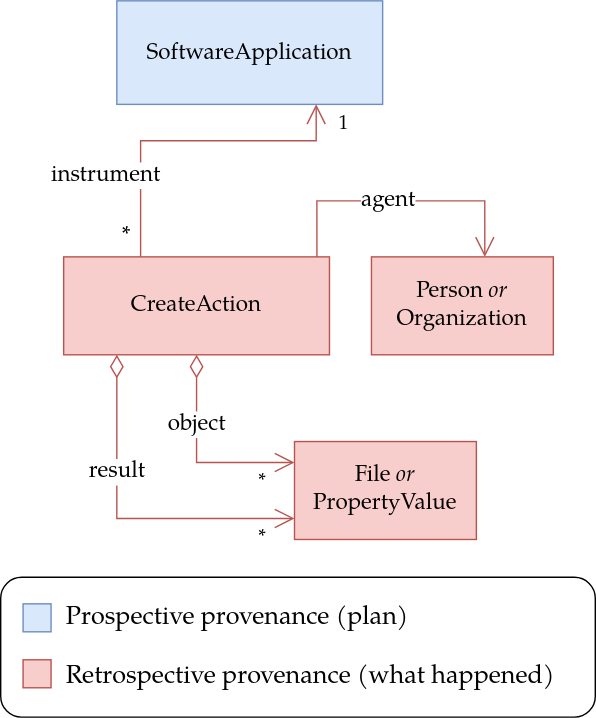
Before: content/2023/phd/workflow-run-crate/wrroc-figure1.drawio.svg, a diagram exported from draw.io (stain/s11.no). Source tidied: cells renumbered, new cells last; positions are measured from the earlier drawing's top-left corner, leaving out a move shared by most shapes. Source of this version:
```xml
<mxGraphModel>
  <root>
    <mxCell id="0" />
    <mxCell id="1" parent="0" />
    <mxCell id="2" value="&lt;div style=&quot;font-size: 16px;&quot;&gt;&lt;font face=&quot;TeX Gyre Pagella&quot;&gt;SoftwareApplication&lt;/font&gt;&lt;/div&gt;" style="rounded=0;whiteSpace=wrap;html=1;fillColor=#dae8fc;strokeColor=#6c8ebf;" parent="1" vertex="1">
      <mxGeometry x="83" width="190" height="74" as="geometry" />
    </mxCell>
    <mxCell id="3" value="&lt;div&gt;&lt;font size=&quot;3&quot; face=&quot;TeX Gyre Pagella&quot;&gt;CreateAction&lt;/font&gt;&lt;/div&gt;" style="rounded=0;whiteSpace=wrap;html=1;fillColor=#f8cecc;strokeColor=#b85450;" parent="1" vertex="1">
      <mxGeometry x="45" y="183" width="190" height="70" as="geometry" />
    </mxCell>
    <mxCell id="4" value="&lt;font size=&quot;3&quot; face=&quot;TeX Gyre Pagella&quot;&gt;Person &lt;i&gt;or&lt;/i&gt; Organization&lt;br&gt;&lt;/font&gt;" style="rounded=0;whiteSpace=wrap;html=1;fillColor=#f8cecc;strokeColor=#b85450;" parent="1" vertex="1">
      <mxGeometry x="265" y="183" width="130" height="70" as="geometry" />
    </mxCell>
    <mxCell id="5" value="&lt;font size=&quot;3&quot; face=&quot;TeX Gyre Pagella&quot;&gt;File &lt;i&gt;or&lt;/i&gt; PropertyValue&lt;br&gt;&lt;/font&gt;" style="rounded=0;whiteSpace=wrap;html=1;fillColor=#f8cecc;strokeColor=#b85450;" parent="1" vertex="1">
      <mxGeometry x="210" y="315" width="130" height="70" as="geometry" />
    </mxCell>
    <mxCell id="6" value="&lt;div&gt;&lt;font size=&quot;3&quot; face=&quot;TeX Gyre Pagella&quot;&gt;instrument&lt;/font&gt;&lt;/div&gt;" style="endArrow=open;html=1;endSize=12;startArrow=none;startSize=14;startFill=0;edgeStyle=orthogonalEdgeStyle;rounded=0;entryX=0.75;entryY=1;entryDx=0;entryDy=0;fillColor=#f8cecc;strokeColor=#b85450;" parent="1" edge="1" source="3" target="2">
      <mxGeometry x="-0.51" y="25" relative="1" as="geometry">
        <Array as="points">
          <mxPoint x="100" y="100" />
          <mxPoint x="226" y="100" />
        </Array>
      </mxGeometry>
    </mxCell>
    <mxCell id="7" value="&lt;font style=&quot;font-size: 16px;&quot; face=&quot;TeX Gyre Pagella&quot;&gt;*&lt;/font&gt;" style="edgeLabel;html=1;align=left;verticalAlign=top;" parent="6" vertex="1">
      <mxGeometry x="-1" relative="1" as="geometry">
        <mxPoint x="-15" y="-30" as="offset" />
      </mxGeometry>
    </mxCell>
    <mxCell id="8" value="1" style="edgeLabel;html=1;align=right;verticalAlign=top;fontFamily=TeX Gyre Pagella;fontSource=https%3A%2F%2Ffonts.googleapis.com%2Fcss%3Ffamily%3DTeX%2BGyre%2BPagella;fontSize=14;" parent="6" vertex="1">
      <mxGeometry x="1" relative="1" as="geometry">
        <mxPoint x="23" as="offset" />
      </mxGeometry>
    </mxCell>
    <mxCell id="9" value="&lt;div&gt;&lt;font size=&quot;3&quot; face=&quot;TeX Gyre Pagella&quot;&gt;object&lt;/font&gt;&lt;/div&gt;" style="endArrow=open;html=1;endSize=12;startArrow=diamondThin;startSize=14;startFill=0;edgeStyle=orthogonalEdgeStyle;rounded=0;fillColor=#f8cecc;strokeColor=#b85450;" parent="1" edge="1" source="3" target="5">
      <mxGeometry x="-0.32" relative="1" as="geometry">
        <Array as="points">
          <mxPoint x="140" y="330" />
        </Array>
      </mxGeometry>
    </mxCell>
    <mxCell id="10" value="*" style="edgeLabel;html=1;align=right;verticalAlign=top;fontFamily=TeX Gyre Pagella;fontSource=https%3A%2F%2Ffonts.googleapis.com%2Fcss%3Ffamily%3DTeX%2BGyre%2BPagella;fontSize=14;" parent="9" vertex="1">
      <mxGeometry x="1" relative="1" as="geometry">
        <mxPoint x="-20" as="offset" />
      </mxGeometry>
    </mxCell>
    <mxCell id="11" value="&lt;div&gt;&lt;font size=&quot;3&quot; face=&quot;TeX Gyre Pagella&quot;&gt;agent&lt;/font&gt;&lt;/div&gt;" style="endArrow=open;html=1;endSize=12;startArrow=none;startSize=14;startFill=0;edgeStyle=orthogonalEdgeStyle;rounded=0;fillColor=#f8cecc;strokeColor=#b85450;" parent="1" edge="1">
      <mxGeometry x="-0.09" relative="1" as="geometry">
        <mxPoint x="226" y="183" as="sourcePoint" />
        <mxPoint x="346" y="183" as="targetPoint" />
        <Array as="points">
          <mxPoint x="226" y="143" />
          <mxPoint x="346" y="143" />
        </Array>
      </mxGeometry>
    </mxCell>
    <mxCell id="12" style="group;" parent="1" vertex="1">
      <mxGeometry y="412" width="425" height="100" as="geometry" />
    </mxCell>
    <mxCell id="13" value="&lt;div style=&quot;font-size: 18px;&quot; align=&quot;left&quot;&gt;&lt;p&gt;&lt;font style=&quot;font-size: 18px;&quot; face=&quot;TeX Gyre Pagella&quot;&gt;&lt;span style=&quot;white-space: pre;&quot;&gt;&#9; &lt;/span&gt; Prospective provenance (plan)&lt;/font&gt;&lt;/p&gt;&lt;/div&gt;&lt;div style=&quot;font-size: 18px;&quot; align=&quot;left&quot;&gt;&lt;p&gt;&lt;font style=&quot;font-size: 18px;&quot; face=&quot;TeX Gyre Pagella&quot;&gt;&lt;span style=&quot;white-space: pre;&quot;&gt;&#9;&lt;/span&gt;&amp;nbsp; Retrospective provenance (what happened)&lt;br&gt;&lt;/font&gt;&lt;/p&gt;&lt;/div&gt;" style="rounded=1;whiteSpace=wrap;html=1;align=left;" parent="12" vertex="1">
      <mxGeometry width="425" height="100" as="geometry" />
    </mxCell>
    <mxCell id="14" style="rounded=0;whiteSpace=wrap;html=1;fillColor=#f8cecc;strokeColor=#b85450;" parent="12" vertex="1">
      <mxGeometry x="16" y="59" width="20" height="20" as="geometry" />
    </mxCell>
    <mxCell id="15" style="rounded=0;whiteSpace=wrap;html=1;fillColor=#dae8fc;strokeColor=#6c8ebf;" parent="12" vertex="1">
      <mxGeometry x="16" y="19" width="20" height="20" as="geometry" />
    </mxCell>
    <mxCell id="16" value="&lt;font size=&quot;3&quot; face=&quot;TeX Gyre Pagella&quot;&gt;result&lt;/font&gt;" style="endArrow=open;html=1;endSize=12;startArrow=diamondThin;startSize=14;startFill=0;edgeStyle=orthogonalEdgeStyle;rounded=0;fillColor=#f8cecc;strokeColor=#b85450;" parent="1" edge="1" target="5">
      <mxGeometry x="-0.32" relative="1" as="geometry">
        <mxPoint x="83" y="253" as="sourcePoint" />
        <Array as="points">
          <mxPoint x="83" y="370" />
        </Array>
      </mxGeometry>
    </mxCell>
    <mxCell id="17" value="*" style="edgeLabel;html=1;align=right;verticalAlign=top;fontFamily=TeX Gyre Pagella;fontSource=https%3A%2F%2Ffonts.googleapis.com%2Fcss%3Ffamily%3DTeX%2BGyre%2BPagella;fontSize=14;" parent="16" vertex="1">
      <mxGeometry x="1" relative="1" as="geometry">
        <mxPoint x="-20" as="offset" />
      </mxGeometry>
    </mxCell>
  </root>
</mxGraphModel>
```
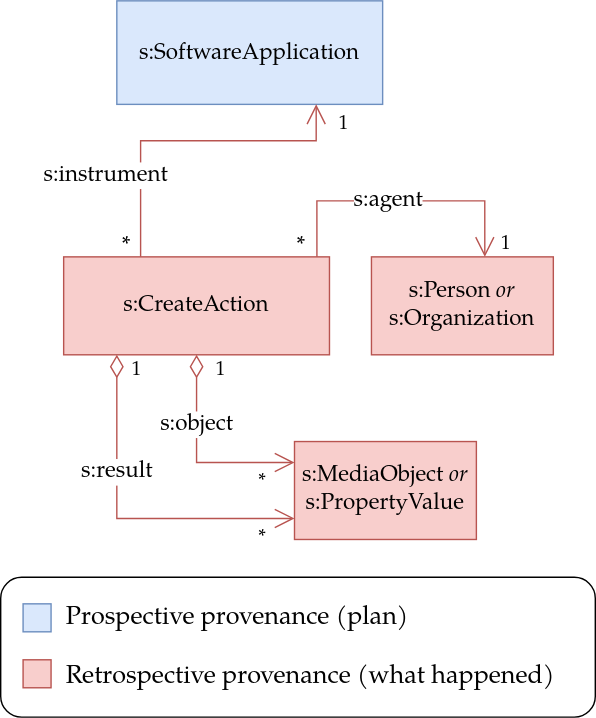
Later version of the same file.

Change to the diagram source:
```diff
@@ -2,19 +2,19 @@
   <root>
     <mxCell id="0" />
     <mxCell id="1" parent="0" />
-    <mxCell id="2" value="&lt;div style=&quot;font-size: 16px;&quot;&gt;&lt;font face=&quot;TeX Gyre Pagella&quot;&gt;SoftwareApplication&lt;/font&gt;&lt;/div&gt;" style="rounded=0;whiteSpace=wrap;html=1;fillColor=#dae8fc;strokeColor=#6c8ebf;" parent="1" vertex="1">
+    <mxCell id="2" value="&lt;div style=&quot;font-size: 16px;&quot;&gt;&lt;font face=&quot;TeX Gyre Pagella&quot;&gt;s:SoftwareApplication&lt;/font&gt;&lt;/div&gt;" style="rounded=0;whiteSpace=wrap;html=1;fillColor=#dae8fc;strokeColor=#6c8ebf;" parent="1" vertex="1">
       <mxGeometry x="83" width="190" height="74" as="geometry" />
     </mxCell>
-    <mxCell id="3" value="&lt;div&gt;&lt;font size=&quot;3&quot; face=&quot;TeX Gyre Pagella&quot;&gt;CreateAction&lt;/font&gt;&lt;/div&gt;" style="rounded=0;whiteSpace=wrap;html=1;fillColor=#f8cecc;strokeColor=#b85450;" parent="1" vertex="1">
+    <mxCell id="3" value="&lt;div&gt;&lt;font size=&quot;3&quot; face=&quot;TeX Gyre Pagella&quot;&gt;s:CreateAction&lt;/font&gt;&lt;/div&gt;" style="rounded=0;whiteSpace=wrap;html=1;fillColor=#f8cecc;strokeColor=#b85450;" parent="1" vertex="1">
       <mxGeometry x="45" y="183" width="190" height="70" as="geometry" />
     </mxCell>
-    <mxCell id="4" value="&lt;font size=&quot;3&quot; face=&quot;TeX Gyre Pagella&quot;&gt;Person &lt;i&gt;or&lt;/i&gt; Organization&lt;br&gt;&lt;/font&gt;" style="rounded=0;whiteSpace=wrap;html=1;fillColor=#f8cecc;strokeColor=#b85450;" parent="1" vertex="1">
+    <mxCell id="4" value="&lt;font size=&quot;3&quot; face=&quot;TeX Gyre Pagella&quot;&gt;s:Person &lt;i&gt;or&lt;/i&gt; s:Organization&lt;br&gt;&lt;/font&gt;" style="rounded=0;whiteSpace=wrap;html=1;fillColor=#f8cecc;strokeColor=#b85450;" parent="1" vertex="1">
       <mxGeometry x="265" y="183" width="130" height="70" as="geometry" />
     </mxCell>
-    <mxCell id="5" value="&lt;font size=&quot;3&quot; face=&quot;TeX Gyre Pagella&quot;&gt;File &lt;i&gt;or&lt;/i&gt; PropertyValue&lt;br&gt;&lt;/font&gt;" style="rounded=0;whiteSpace=wrap;html=1;fillColor=#f8cecc;strokeColor=#b85450;" parent="1" vertex="1">
+    <mxCell id="5" value="&lt;font size=&quot;3&quot; face=&quot;TeX Gyre Pagella&quot;&gt;s:MediaObject &lt;i&gt;or&lt;/i&gt; s:PropertyValue&lt;br&gt;&lt;/font&gt;" style="rounded=0;whiteSpace=wrap;html=1;fillColor=#f8cecc;strokeColor=#b85450;" parent="1" vertex="1">
       <mxGeometry x="210" y="315" width="130" height="70" as="geometry" />
     </mxCell>
-    <mxCell id="6" value="&lt;div&gt;&lt;font size=&quot;3&quot; face=&quot;TeX Gyre Pagella&quot;&gt;instrument&lt;/font&gt;&lt;/div&gt;" style="endArrow=open;html=1;endSize=12;startArrow=none;startSize=14;startFill=0;edgeStyle=orthogonalEdgeStyle;rounded=0;entryX=0.75;entryY=1;entryDx=0;entryDy=0;fillColor=#f8cecc;strokeColor=#b85450;" parent="1" edge="1" source="3" target="2">
+    <mxCell id="6" value="&lt;div&gt;&lt;font size=&quot;3&quot; face=&quot;TeX Gyre Pagella&quot;&gt;s:instrument&lt;/font&gt;&lt;/div&gt;" style="endArrow=open;html=1;endSize=12;startArrow=none;startSize=14;startFill=0;edgeStyle=orthogonalEdgeStyle;rounded=0;entryX=0.75;entryY=1;entryDx=0;entryDy=0;fillColor=#f8cecc;strokeColor=#b85450;" parent="1" edge="1" source="3" target="2">
       <mxGeometry x="-0.51" y="25" relative="1" as="geometry">
         <Array as="points">
           <mxPoint x="100" y="100" />
@@ -22,17 +22,37 @@
         </Array>
       </mxGeometry>
     </mxCell>
-    <mxCell id="7" value="&lt;font style=&quot;font-size: 16px;&quot; face=&quot;TeX Gyre Pagella&quot;&gt;*&lt;/font&gt;" style="edgeLabel;html=1;align=left;verticalAlign=top;" parent="6" vertex="1">
+    <mxCell id="7" value="&lt;font face=&quot;TeX Gyre Pagella&quot; style=&quot;font-size: 16px;&quot;&gt;*&lt;/font&gt;" style="edgeLabel;html=1;align=left;verticalAlign=top;labelBackgroundColor=none;" parent="6" vertex="1">
       <mxGeometry x="-1" relative="1" as="geometry">
-        <mxPoint x="-15" y="-30" as="offset" />
+        <mxPoint x="-15" y="-23" as="offset" />
       </mxGeometry>
     </mxCell>
-    <mxCell id="8" value="1" style="edgeLabel;html=1;align=right;verticalAlign=top;fontFamily=TeX Gyre Pagella;fontSource=https%3A%2F%2Ffonts.googleapis.com%2Fcss%3Ffamily%3DTeX%2BGyre%2BPagella;fontSize=14;" parent="6" vertex="1">
+    <mxCell id="8" value="1" style="edgeLabel;html=1;align=right;verticalAlign=top;fontFamily=TeX Gyre Pagella;fontSource=https%3A%2F%2Ffonts.googleapis.com%2Fcss%3Ffamily%3DTeX%2BGyre%2BPagella;fontSize=14;labelBackgroundColor=none;" parent="6" vertex="1">
       <mxGeometry x="1" relative="1" as="geometry">
         <mxPoint x="23" as="offset" />
       </mxGeometry>
     </mxCell>
+    <mxCell id="18" value="1" style="edgeLabel;html=1;align=right;verticalAlign=top;fontFamily=TeX Gyre Pagella;fontSource=https%3A%2F%2Ffonts.googleapis.com%2Fcss%3Ffamily%3DTeX%2BGyre%2BPagella;fontSize=14;labelBackgroundColor=none;" parent="6" vertex="1">
+      <mxGeometry x="1" relative="1" as="geometry">
+        <mxPoint x="139" y="86" as="offset" />
+      </mxGeometry>
+    </mxCell>
+    <mxCell id="19" value="&lt;font face=&quot;TeX Gyre Pagella&quot; style=&quot;font-size: 16px;&quot;&gt;*&lt;/font&gt;" style="edgeLabel;html=1;align=left;verticalAlign=top;labelBackgroundColor=none;" parent="6" vertex="1">
+      <mxGeometry x="-1" relative="1" as="geometry">
+        <mxPoint x="110" y="-23" as="offset" />
+      </mxGeometry>
+    </mxCell>
+    <mxCell id="20" value="1" style="edgeLabel;html=1;align=right;verticalAlign=top;fontFamily=TeX Gyre Pagella;fontSource=https%3A%2F%2Ffonts.googleapis.com%2Fcss%3Ffamily%3DTeX%2BGyre%2BPagella;fontSize=14;labelBackgroundColor=none;" parent="6" vertex="1">
+      <mxGeometry x="1" relative="1" as="geometry">
+        <mxPoint x="-65" y="176" as="offset" />
+      </mxGeometry>
+    </mxCell>
+    <mxCell id="21" value="1" style="edgeLabel;html=1;align=right;verticalAlign=top;fontFamily=TeX Gyre Pagella;fontSource=https%3A%2F%2Ffonts.googleapis.com%2Fcss%3Ffamily%3DTeX%2BGyre%2BPagella;fontSize=14;labelBackgroundColor=none;" parent="6" vertex="1">
+      <mxGeometry x="1" relative="1" as="geometry">
+        <mxPoint x="-125" y="176" as="offset" />
+      </mxGeometry>
+    </mxCell>
-    <mxCell id="9" value="&lt;div&gt;&lt;font size=&quot;3&quot; face=&quot;TeX Gyre Pagella&quot;&gt;object&lt;/font&gt;&lt;/div&gt;" style="endArrow=open;html=1;endSize=12;startArrow=diamondThin;startSize=14;startFill=0;edgeStyle=orthogonalEdgeStyle;rounded=0;fillColor=#f8cecc;strokeColor=#b85450;" parent="1" edge="1" source="3" target="5">
+    <mxCell id="9" value="&lt;div&gt;&lt;font size=&quot;3&quot; face=&quot;TeX Gyre Pagella&quot;&gt;s:object&lt;/font&gt;&lt;/div&gt;" style="endArrow=open;html=1;endSize=12;startArrow=diamondThin;startSize=14;startFill=0;edgeStyle=orthogonalEdgeStyle;rounded=0;fillColor=#f8cecc;strokeColor=#b85450;" parent="1" edge="1" source="3" target="5">
       <mxGeometry x="-0.32" relative="1" as="geometry">
         <Array as="points">
           <mxPoint x="140" y="330" />
@@ -44,7 +64,7 @@
         <mxPoint x="-20" as="offset" />
       </mxGeometry>
     </mxCell>
-    <mxCell id="11" value="&lt;div&gt;&lt;font size=&quot;3&quot; face=&quot;TeX Gyre Pagella&quot;&gt;agent&lt;/font&gt;&lt;/div&gt;" style="endArrow=open;html=1;endSize=12;startArrow=none;startSize=14;startFill=0;edgeStyle=orthogonalEdgeStyle;rounded=0;fillColor=#f8cecc;strokeColor=#b85450;" parent="1" edge="1">
+    <mxCell id="11" value="&lt;div&gt;&lt;font size=&quot;3&quot; face=&quot;TeX Gyre Pagella&quot;&gt;s:agent&lt;/font&gt;&lt;/div&gt;" style="endArrow=open;html=1;endSize=12;startArrow=none;startSize=14;startFill=0;edgeStyle=orthogonalEdgeStyle;rounded=0;fillColor=#f8cecc;strokeColor=#b85450;" parent="1" edge="1">
       <mxGeometry x="-0.09" relative="1" as="geometry">
         <mxPoint x="226" y="183" as="sourcePoint" />
         <mxPoint x="346" y="183" as="targetPoint" />
@@ -66,7 +86,7 @@
     <mxCell id="15" style="rounded=0;whiteSpace=wrap;html=1;fillColor=#dae8fc;strokeColor=#6c8ebf;" parent="12" vertex="1">
       <mxGeometry x="16" y="19" width="20" height="20" as="geometry" />
     </mxCell>
-    <mxCell id="16" value="&lt;font size=&quot;3&quot; face=&quot;TeX Gyre Pagella&quot;&gt;result&lt;/font&gt;" style="endArrow=open;html=1;endSize=12;startArrow=diamondThin;startSize=14;startFill=0;edgeStyle=orthogonalEdgeStyle;rounded=0;fillColor=#f8cecc;strokeColor=#b85450;" parent="1" edge="1" target="5">
+    <mxCell id="16" value="&lt;font size=&quot;3&quot; face=&quot;TeX Gyre Pagella&quot;&gt;s:result&lt;/font&gt;" style="endArrow=open;html=1;endSize=12;startArrow=diamondThin;startSize=14;startFill=0;edgeStyle=orthogonalEdgeStyle;rounded=0;fillColor=#f8cecc;strokeColor=#b85450;" parent="1" edge="1" target="5">
       <mxGeometry x="-0.32" relative="1" as="geometry">
         <mxPoint x="83" y="253" as="sourcePoint" />
         <Array as="points">
```
